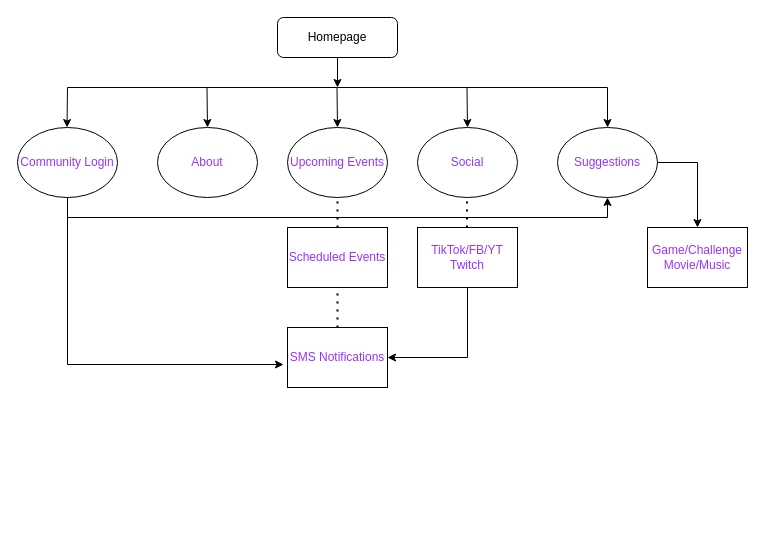
Before: Untitled Diagram.drawio in RealityisGaming/coursework, a draw.io diagram. Source tidied: cells renumbered, new cells numbered last; positions are measured from the earlier drawing's top-left corner, leaving out a move shared by most shapes. Both pictures are drawn from the tidied source at 100%, with x=0, y=0 at pixel (17, 17).
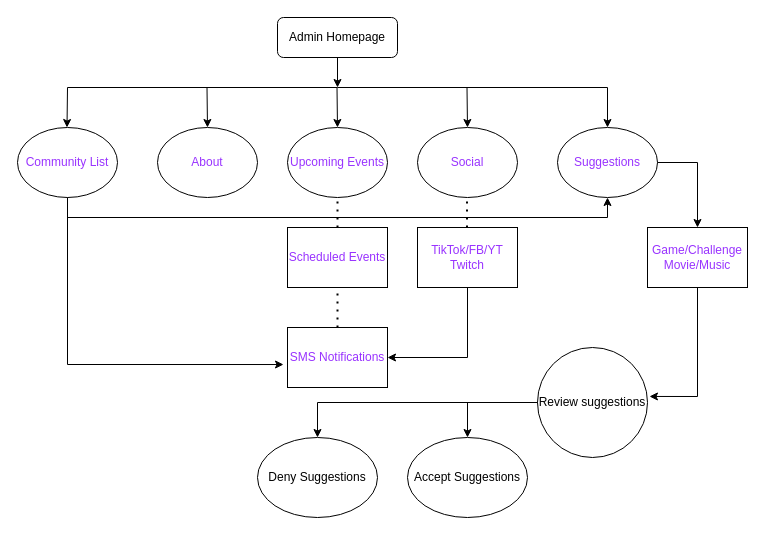
After the change.

Commit message:
Admin Sitemap

The change refers to these unchanged cells:
```xml
<mxCell id="25" value="Game/Challenge&lt;br&gt;Movie/Music" style="rounded=0;whiteSpace=wrap;html=1;fontColor=#9933FF;" parent="1" vertex="1">
  <mxGeometry x="630" y="210" width="100" height="60" as="geometry" />
</mxCell>
```

Diff of the diagram source:
```diff
@@
-    <mxCell id="2" value="Homepage" style="rounded=1;whiteSpace=wrap;html=1;fontSize=12;glass=0;strokeWidth=1;shadow=0;" parent="1" vertex="1">
+    <mxCell id="2" value="Admin Homepage" style="rounded=1;whiteSpace=wrap;html=1;fontSize=12;glass=0;strokeWidth=1;shadow=0;" parent="1" vertex="1">
       <mxGeometry x="260" width="120" height="40" as="geometry" />
     </mxCell>
@@
-    <mxCell id="6" value="Community Login" style="ellipse;whiteSpace=wrap;html=1;fontColor=#9933FF;" parent="1" vertex="1">
+    <mxCell id="6" value="Community List" style="ellipse;whiteSpace=wrap;html=1;fontColor=#9933FF;" parent="1" vertex="1">
       <mxGeometry y="110" width="100" height="70" as="geometry" />
     </mxCell>
@@
+    <mxCell id="26" value="Review suggestions" style="ellipse;whiteSpace=wrap;html=1;" parent="1" vertex="1">
+      <mxGeometry x="520" y="330" width="110" height="110" as="geometry" />
+    </mxCell>
+    <mxCell id="27" style="endArrow=classic;html=1;rounded=0;exitX=0.5;exitY=1;exitDx=0;exitDy=0;entryX=1.018;entryY=0.445;entryDx=0;entryDy=0;entryPerimeter=0;" parent="1" edge="1" source="25" target="26">
+      <mxGeometry relative="1" as="geometry">
+        <Array as="points">
+          <mxPoint x="680" y="379" />
+        </Array>
+      </mxGeometry>
+    </mxCell>
+    <mxCell id="28" value="Accept Suggestions" style="ellipse;whiteSpace=wrap;html=1;" parent="1" vertex="1">
+      <mxGeometry x="390" y="420" width="120" height="80" as="geometry" />
+    </mxCell>
+    <mxCell id="29" style="endArrow=classic;html=1;rounded=0;exitX=0;exitY=0.5;exitDx=0;exitDy=0;entryX=0.5;entryY=0;entryDx=0;entryDy=0;" parent="1" edge="1" source="26" target="28">
+      <mxGeometry relative="1" as="geometry">
+        <Array as="points">
+          <mxPoint x="450" y="385" />
+        </Array>
+      </mxGeometry>
+    </mxCell>
+    <mxCell id="30" value="Deny Suggestions" style="ellipse;whiteSpace=wrap;html=1;" parent="1" vertex="1">
+      <mxGeometry x="240" y="420" width="120" height="80" as="geometry" />
+    </mxCell>
+    <mxCell id="31" style="endArrow=classic;html=1;rounded=0;entryX=0.5;entryY=0;entryDx=0;entryDy=0;" parent="1" edge="1">
+      <mxGeometry relative="1" as="geometry">
+        <mxPoint x="520" y="385" as="sourcePoint" />
+        <mxPoint x="300" y="420" as="targetPoint" />
+        <Array as="points">
+          <mxPoint x="300" y="385" />
+        </Array>
+      </mxGeometry>
+    </mxCell>
```
